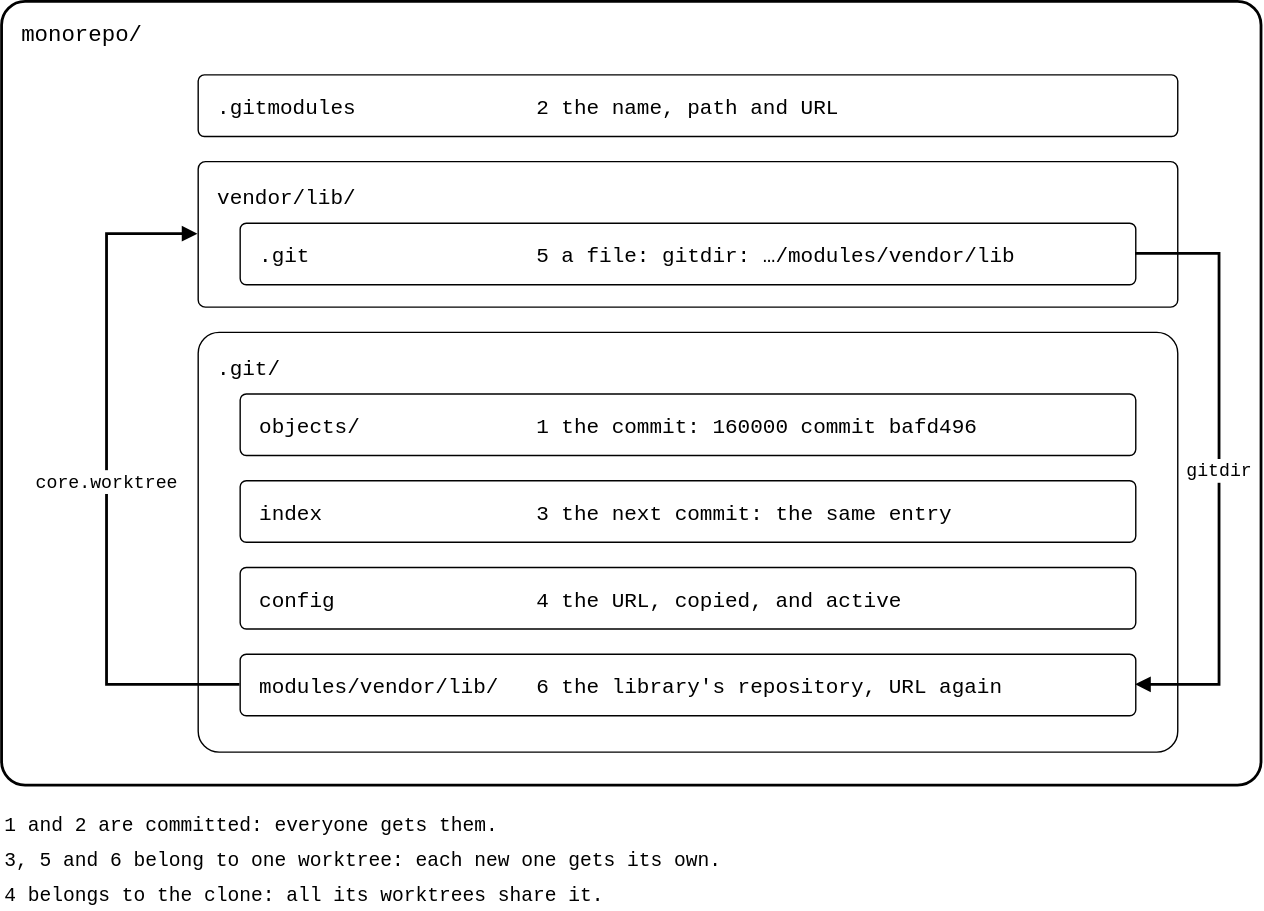
Earlier version of the draw.io export git-splice/test/comparisons/git-submodule-state.drawio.svg (roschaefer/episodes). Source tidied: cells renumbered, new cells last; positions are measured from the earlier drawing's top-left corner, leaving out a move shared by most shapes. Its diagram source:
```xml
<mxGraphModel background="#ffffff">
  <root>
    <mxCell id="0" />
    <mxCell id="1" parent="0" />
    <mxCell id="2" value="monorepo/" style="rounded=1;arcSize=3;fillColor=none;strokeWidth=2;fontSize=16;verticalAlign=top;align=left;spacingLeft=12;spacingTop=6;fontFamily=Roboto Mono,monospace;" parent="1" vertex="1">
      <mxGeometry width="900" height="560" as="geometry" />
    </mxCell>
    <mxCell id="3" value=".gitmodules" style="rounded=1;arcSize=10;fillColor=none;strokeWidth=1;fontSize=15;align=left;spacingLeft=12;fontFamily=Roboto Mono,monospace;" parent="1" vertex="1">
      <mxGeometry x="140" y="52" width="700" height="44" as="geometry" />
    </mxCell>
    <mxCell id="4" value="2  the name, path and URL" style="text;fontSize=15;align=left;verticalAlign=middle;fillColor=none;strokeColor=none;fontFamily=Roboto Mono,monospace;" parent="1" vertex="1">
      <mxGeometry x="380" y="52" width="450" height="44" as="geometry" />
    </mxCell>
    <mxCell id="5" value="vendor/lib/" style="rounded=1;arcSize=5;fillColor=none;strokeWidth=1;fontSize=15;verticalAlign=top;align=left;spacingLeft=12;spacingTop=10;fontFamily=Roboto Mono,monospace;" parent="1" vertex="1">
      <mxGeometry x="140" y="114" width="700" height="104" as="geometry" />
    </mxCell>
    <mxCell id="6" value=".git" style="rounded=1;arcSize=10;fillColor=none;strokeWidth=1;fontSize=15;align=left;spacingLeft=12;fontFamily=Roboto Mono,monospace;" parent="1" vertex="1">
      <mxGeometry x="170" y="158" width="640" height="44" as="geometry" />
    </mxCell>
    <mxCell id="7" value="5  a file: gitdir: …/modules/vendor/lib" style="text;fontSize=15;align=left;verticalAlign=middle;fillColor=none;strokeColor=none;fontFamily=Roboto Mono,monospace;" parent="1" vertex="1">
      <mxGeometry x="380" y="158" width="420" height="44" as="geometry" />
    </mxCell>
    <mxCell id="8" value=".git/" style="rounded=1;arcSize=5;fillColor=none;strokeWidth=1;fontSize=15;verticalAlign=top;align=left;spacingLeft=12;spacingTop=10;fontFamily=Roboto Mono,monospace;" parent="1" vertex="1">
      <mxGeometry x="140" y="236" width="700" height="300" as="geometry" />
    </mxCell>
    <mxCell id="9" value="objects/" style="rounded=1;arcSize=10;fillColor=none;strokeWidth=1;fontSize=15;align=left;spacingLeft=12;fontFamily=Roboto Mono,monospace;" parent="1" vertex="1">
      <mxGeometry x="170" y="280" width="640" height="44" as="geometry" />
    </mxCell>
    <mxCell id="10" value="1  the commit: 160000 commit bafd496" style="text;fontSize=15;align=left;verticalAlign=middle;fillColor=none;strokeColor=none;fontFamily=Roboto Mono,monospace;" parent="1" vertex="1">
      <mxGeometry x="380" y="280" width="420" height="44" as="geometry" />
    </mxCell>
    <mxCell id="11" value="index" style="rounded=1;arcSize=10;fillColor=none;strokeWidth=1;fontSize=15;align=left;spacingLeft=12;fontFamily=Roboto Mono,monospace;" parent="1" vertex="1">
      <mxGeometry x="170" y="342" width="640" height="44" as="geometry" />
    </mxCell>
    <mxCell id="12" value="3  the next commit: the same entry" style="text;fontSize=15;align=left;verticalAlign=middle;fillColor=none;strokeColor=none;fontFamily=Roboto Mono,monospace;" parent="1" vertex="1">
      <mxGeometry x="380" y="342" width="420" height="44" as="geometry" />
    </mxCell>
    <mxCell id="13" value="config" style="rounded=1;arcSize=10;fillColor=none;strokeWidth=1;fontSize=15;align=left;spacingLeft=12;fontFamily=Roboto Mono,monospace;" parent="1" vertex="1">
      <mxGeometry x="170" y="404" width="640" height="44" as="geometry" />
    </mxCell>
    <mxCell id="14" value="4  the URL, copied, and active" style="text;fontSize=15;align=left;verticalAlign=middle;fillColor=none;strokeColor=none;fontFamily=Roboto Mono,monospace;" parent="1" vertex="1">
      <mxGeometry x="380" y="404" width="420" height="44" as="geometry" />
    </mxCell>
    <mxCell id="15" value="modules/vendor/lib/" style="rounded=1;arcSize=10;fillColor=none;strokeWidth=1;fontSize=15;align=left;spacingLeft=12;fontFamily=Roboto Mono,monospace;" parent="1" vertex="1">
      <mxGeometry x="170" y="466" width="640" height="44" as="geometry" />
    </mxCell>
    <mxCell id="16" value="6  the library's repository, URL again" style="text;fontSize=15;align=left;verticalAlign=middle;fillColor=none;strokeColor=none;fontFamily=Roboto Mono,monospace;" parent="1" vertex="1">
      <mxGeometry x="380" y="466" width="420" height="44" as="geometry" />
    </mxCell>
    <mxCell id="17" value="gitdir" style="endArrow=block;endFill=1;strokeWidth=2;fontSize=13;labelBackgroundColor=default;edgeStyle=orthogonalEdgeStyle;rounded=0;fontFamily=Roboto Mono,monospace;exitX=1;exitY=0.5;entryX=1;entryY=0.5;" parent="1" edge="1" source="6" target="15">
      <mxGeometry relative="1" as="geometry">
        <Array as="points">
          <mxPoint x="870" y="180" />
          <mxPoint x="870" y="488" />
        </Array>
      </mxGeometry>
    </mxCell>
    <mxCell id="18" value="core.worktree" style="endArrow=block;endFill=1;strokeWidth=2;fontSize=13;labelBackgroundColor=default;edgeStyle=orthogonalEdgeStyle;rounded=0;fontFamily=Roboto Mono,monospace;exitX=0;exitY=0.5;entryX=0;entryY=0.5;" parent="1" edge="1" source="15" target="5">
      <mxGeometry relative="1" as="geometry">
        <Array as="points">
          <mxPoint x="75" y="488" />
          <mxPoint x="75" y="166" />
        </Array>
      </mxGeometry>
    </mxCell>
    <mxCell id="19" value="1 and 2 are committed: everyone gets them." style="text;fontSize=14;align=left;verticalAlign=middle;fillColor=none;strokeColor=none;fontFamily=Roboto Mono,monospace;" parent="1" vertex="1">
      <mxGeometry y="575" width="900" height="24" as="geometry" />
    </mxCell>
    <mxCell id="20" value="3, 5 and 6 belong to one worktree: each new one gets its own." style="text;fontSize=14;align=left;verticalAlign=middle;fillColor=none;strokeColor=none;fontFamily=Roboto Mono,monospace;" parent="1" vertex="1">
      <mxGeometry y="600" width="900" height="24" as="geometry" />
    </mxCell>
    <mxCell id="21" value="4 belongs to the clone: all its worktrees share it." style="text;fontSize=14;align=left;verticalAlign=middle;fillColor=none;strokeColor=none;fontFamily=Roboto Mono,monospace;" parent="1" vertex="1">
      <mxGeometry y="625" width="900" height="24" as="geometry" />
    </mxCell>
  </root>
</mxGraphModel>
```
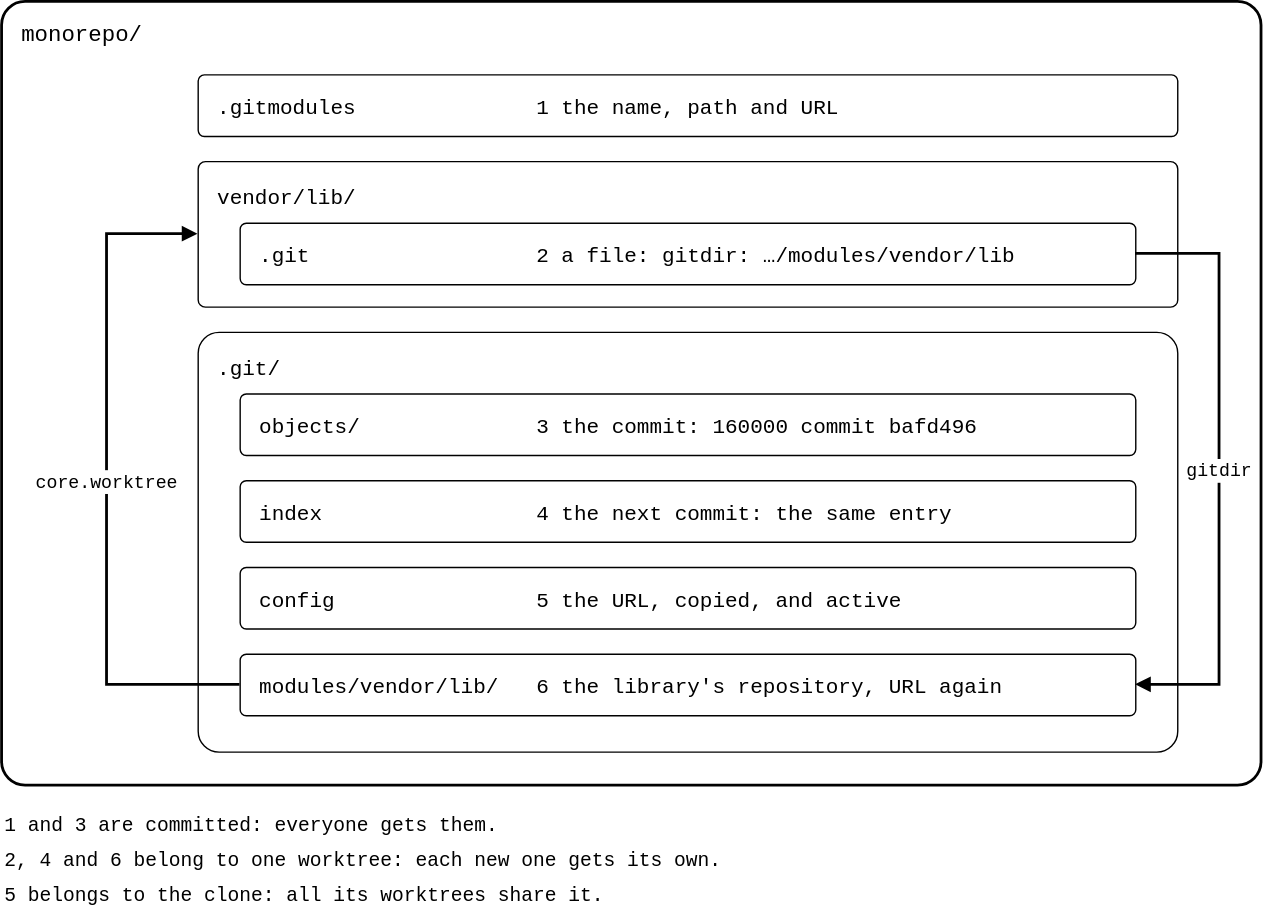
The same diagram one commit later.

Change to the diagram source:
```diff
@@ -8,7 +8,7 @@
     <mxCell id="3" value=".gitmodules" style="rounded=1;arcSize=10;fillColor=none;strokeWidth=1;fontSize=15;align=left;spacingLeft=12;fontFamily=Roboto Mono,monospace;" parent="1" vertex="1">
       <mxGeometry x="140" y="52" width="700" height="44" as="geometry" />
     </mxCell>
-    <mxCell id="4" value="2  the name, path and URL" style="text;fontSize=15;align=left;verticalAlign=middle;fillColor=none;strokeColor=none;fontFamily=Roboto Mono,monospace;" parent="1" vertex="1">
+    <mxCell id="4" value="1  the name, path and URL" style="text;fontSize=15;align=left;verticalAlign=middle;fillColor=none;strokeColor=none;fontFamily=Roboto Mono,monospace;" parent="1" vertex="1">
       <mxGeometry x="380" y="52" width="450" height="44" as="geometry" />
     </mxCell>
     <mxCell id="5" value="vendor/lib/" style="rounded=1;arcSize=5;fillColor=none;strokeWidth=1;fontSize=15;verticalAlign=top;align=left;spacingLeft=12;spacingTop=10;fontFamily=Roboto Mono,monospace;" parent="1" vertex="1">
@@ -17,7 +17,7 @@
     <mxCell id="6" value=".git" style="rounded=1;arcSize=10;fillColor=none;strokeWidth=1;fontSize=15;align=left;spacingLeft=12;fontFamily=Roboto Mono,monospace;" parent="1" vertex="1">
       <mxGeometry x="170" y="158" width="640" height="44" as="geometry" />
     </mxCell>
-    <mxCell id="7" value="5  a file: gitdir: …/modules/vendor/lib" style="text;fontSize=15;align=left;verticalAlign=middle;fillColor=none;strokeColor=none;fontFamily=Roboto Mono,monospace;" parent="1" vertex="1">
+    <mxCell id="7" value="2  a file: gitdir: …/modules/vendor/lib" style="text;fontSize=15;align=left;verticalAlign=middle;fillColor=none;strokeColor=none;fontFamily=Roboto Mono,monospace;" parent="1" vertex="1">
       <mxGeometry x="380" y="158" width="420" height="44" as="geometry" />
     </mxCell>
     <mxCell id="8" value=".git/" style="rounded=1;arcSize=5;fillColor=none;strokeWidth=1;fontSize=15;verticalAlign=top;align=left;spacingLeft=12;spacingTop=10;fontFamily=Roboto Mono,monospace;" parent="1" vertex="1">
@@ -26,19 +26,19 @@
     <mxCell id="9" value="objects/" style="rounded=1;arcSize=10;fillColor=none;strokeWidth=1;fontSize=15;align=left;spacingLeft=12;fontFamily=Roboto Mono,monospace;" parent="1" vertex="1">
       <mxGeometry x="170" y="280" width="640" height="44" as="geometry" />
     </mxCell>
-    <mxCell id="10" value="1  the commit: 160000 commit bafd496" style="text;fontSize=15;align=left;verticalAlign=middle;fillColor=none;strokeColor=none;fontFamily=Roboto Mono,monospace;" parent="1" vertex="1">
+    <mxCell id="10" value="3  the commit: 160000 commit bafd496" style="text;fontSize=15;align=left;verticalAlign=middle;fillColor=none;strokeColor=none;fontFamily=Roboto Mono,monospace;" parent="1" vertex="1">
       <mxGeometry x="380" y="280" width="420" height="44" as="geometry" />
     </mxCell>
     <mxCell id="11" value="index" style="rounded=1;arcSize=10;fillColor=none;strokeWidth=1;fontSize=15;align=left;spacingLeft=12;fontFamily=Roboto Mono,monospace;" parent="1" vertex="1">
       <mxGeometry x="170" y="342" width="640" height="44" as="geometry" />
     </mxCell>
-    <mxCell id="12" value="3  the next commit: the same entry" style="text;fontSize=15;align=left;verticalAlign=middle;fillColor=none;strokeColor=none;fontFamily=Roboto Mono,monospace;" parent="1" vertex="1">
+    <mxCell id="12" value="4  the next commit: the same entry" style="text;fontSize=15;align=left;verticalAlign=middle;fillColor=none;strokeColor=none;fontFamily=Roboto Mono,monospace;" parent="1" vertex="1">
       <mxGeometry x="380" y="342" width="420" height="44" as="geometry" />
     </mxCell>
     <mxCell id="13" value="config" style="rounded=1;arcSize=10;fillColor=none;strokeWidth=1;fontSize=15;align=left;spacingLeft=12;fontFamily=Roboto Mono,monospace;" parent="1" vertex="1">
       <mxGeometry x="170" y="404" width="640" height="44" as="geometry" />
     </mxCell>
-    <mxCell id="14" value="4  the URL, copied, and active" style="text;fontSize=15;align=left;verticalAlign=middle;fillColor=none;strokeColor=none;fontFamily=Roboto Mono,monospace;" parent="1" vertex="1">
+    <mxCell id="14" value="5  the URL, copied, and active" style="text;fontSize=15;align=left;verticalAlign=middle;fillColor=none;strokeColor=none;fontFamily=Roboto Mono,monospace;" parent="1" vertex="1">
       <mxGeometry x="380" y="404" width="420" height="44" as="geometry" />
     </mxCell>
     <mxCell id="15" value="modules/vendor/lib/" style="rounded=1;arcSize=10;fillColor=none;strokeWidth=1;fontSize=15;align=left;spacingLeft=12;fontFamily=Roboto Mono,monospace;" parent="1" vertex="1">
@@ -63,13 +63,13 @@
         </Array>
       </mxGeometry>
     </mxCell>
-    <mxCell id="19" value="1 and 2 are committed: everyone gets them." style="text;fontSize=14;align=left;verticalAlign=middle;fillColor=none;strokeColor=none;fontFamily=Roboto Mono,monospace;" parent="1" vertex="1">
+    <mxCell id="19" value="1 and 3 are committed: everyone gets them." style="text;fontSize=14;align=left;verticalAlign=middle;fillColor=none;strokeColor=none;fontFamily=Roboto Mono,monospace;" parent="1" vertex="1">
       <mxGeometry y="575" width="900" height="24" as="geometry" />
     </mxCell>
-    <mxCell id="20" value="3, 5 and 6 belong to one worktree: each new one gets its own." style="text;fontSize=14;align=left;verticalAlign=middle;fillColor=none;strokeColor=none;fontFamily=Roboto Mono,monospace;" parent="1" vertex="1">
+    <mxCell id="20" value="2, 4 and 6 belong to one worktree: each new one gets its own." style="text;fontSize=14;align=left;verticalAlign=middle;fillColor=none;strokeColor=none;fontFamily=Roboto Mono,monospace;" parent="1" vertex="1">
       <mxGeometry y="600" width="900" height="24" as="geometry" />
     </mxCell>
-    <mxCell id="21" value="4 belongs to the clone: all its worktrees share it." style="text;fontSize=14;align=left;verticalAlign=middle;fillColor=none;strokeColor=none;fontFamily=Roboto Mono,monospace;" parent="1" vertex="1">
+    <mxCell id="21" value="5 belongs to the clone: all its worktrees share it." style="text;fontSize=14;align=left;verticalAlign=middle;fillColor=none;strokeColor=none;fontFamily=Roboto Mono,monospace;" parent="1" vertex="1">
       <mxGeometry y="625" width="900" height="24" as="geometry" />
     </mxCell>
   </root>
```
